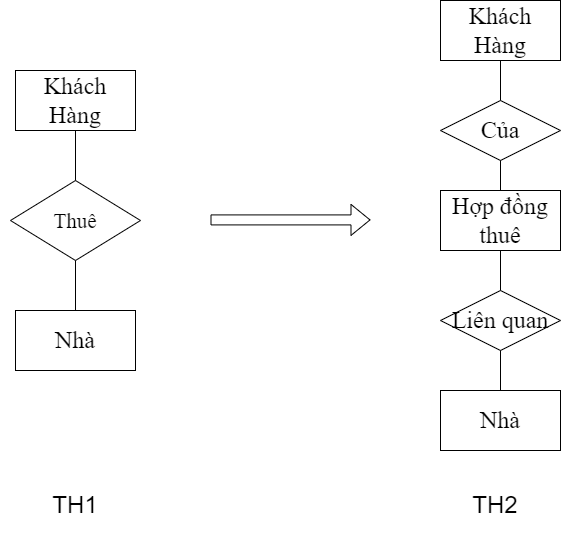
Before: Luật thứ năm(trên xuống).png, a diagram exported from draw.io (datnham0212/learning). Source tidied: cells renumbered, new cells last; positions are measured from the earlier drawing's top-left corner, leaving out a move shared by most shapes.
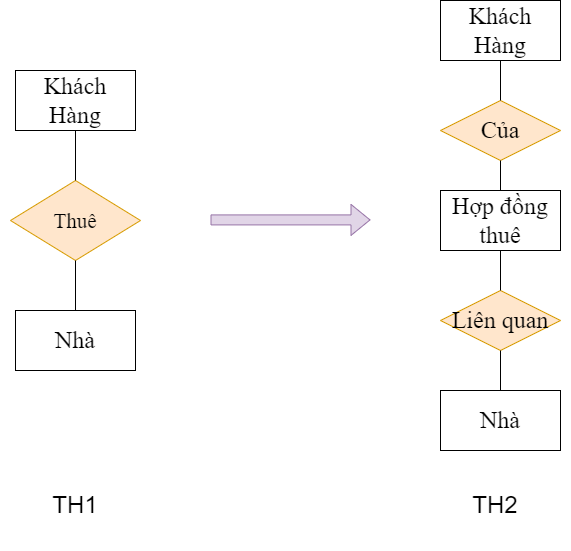
After the change.

What changed in the source:
```diff
@@ -11,19 +11,19 @@
     <mxCell id="4" value="Nhà" style="rounded=0;whiteSpace=wrap;html=1;fontFamily=Times New Roman;fontSize=24;" parent="1" vertex="1">
       <mxGeometry x="440" y="390" width="120" height="60" as="geometry" />
     </mxCell>
-    <mxCell id="5" style="shape=flexArrow;endArrow=classic;html=1;rounded=0;fontFamily=Times New Roman;fontSize=24;" parent="1" edge="1">
+    <mxCell id="5" style="shape=flexArrow;endArrow=classic;html=1;rounded=0;fontFamily=Times New Roman;fontSize=24;fillColor=#e1d5e7;strokeColor=#9673a6;" parent="1" edge="1">
       <mxGeometry relative="1" as="geometry">
         <mxPoint x="210" y="219.4" as="sourcePoint" />
         <mxPoint x="370" y="219.4" as="targetPoint" />
       </mxGeometry>
     </mxCell>
-    <mxCell id="6" value="Liên quan" style="rhombus;whiteSpace=wrap;html=1;fontFamily=Times New Roman;fontSize=24;" parent="1" vertex="1">
+    <mxCell id="6" value="Liên quan" style="rhombus;whiteSpace=wrap;html=1;fontFamily=Times New Roman;fontSize=24;fillColor=#ffe6cc;strokeColor=#d79b00;" parent="1" vertex="1">
       <mxGeometry x="440" y="290" width="120" height="60" as="geometry" />
     </mxCell>
     <mxCell id="7" value="Nhà" style="rounded=0;whiteSpace=wrap;html=1;fontFamily=Times New Roman;fontSize=24;" parent="1" vertex="1">
       <mxGeometry x="15" y="310" width="120" height="60" as="geometry" />
     </mxCell>
-    <mxCell id="8" value="&lt;span style=&quot;font-size: 21px;&quot;&gt;Thuê&lt;/span&gt;" style="rhombus;whiteSpace=wrap;html=1;fontFamily=Times New Roman;fontSize=24;" parent="1" vertex="1">
+    <mxCell id="8" value="&lt;span style=&quot;font-size: 21px;&quot;&gt;Thuê&lt;/span&gt;" style="rhombus;whiteSpace=wrap;html=1;fontFamily=Times New Roman;fontSize=24;fillColor=#ffe6cc;strokeColor=#d79b00;" parent="1" vertex="1">
       <mxGeometry x="10" y="180" width="130" height="80" as="geometry" />
     </mxCell>
     <mxCell id="9" style="endArrow=none;html=1;rounded=0;entryX=0.5;entryY=1;entryDx=0;entryDy=0;exitX=0.5;exitY=0;exitDx=0;exitDy=0;" parent="1" edge="1" source="8" target="2">
@@ -35,7 +35,7 @@
     <mxCell id="11" style="edgeStyle=orthogonalEdgeStyle;rounded=0;orthogonalLoop=1;jettySize=auto;html=1;exitX=0.5;exitY=1;exitDx=0;exitDy=0;" parent="1" edge="1" source="8" target="8">
       <mxGeometry relative="1" as="geometry" />
     </mxCell>
-    <mxCell id="12" value="Của" style="rhombus;whiteSpace=wrap;html=1;fontFamily=Times New Roman;fontSize=24;" parent="1" vertex="1">
+    <mxCell id="12" value="Của" style="rhombus;whiteSpace=wrap;html=1;fontFamily=Times New Roman;fontSize=24;fillColor=#ffe6cc;strokeColor=#d79b00;" parent="1" vertex="1">
       <mxGeometry x="440" y="100" width="120" height="60" as="geometry" />
     </mxCell>
     <mxCell id="13" value="Hợp đồng thuê" style="rounded=0;whiteSpace=wrap;html=1;fontFamily=Times New Roman;fontSize=24;" parent="1" vertex="1">
```
